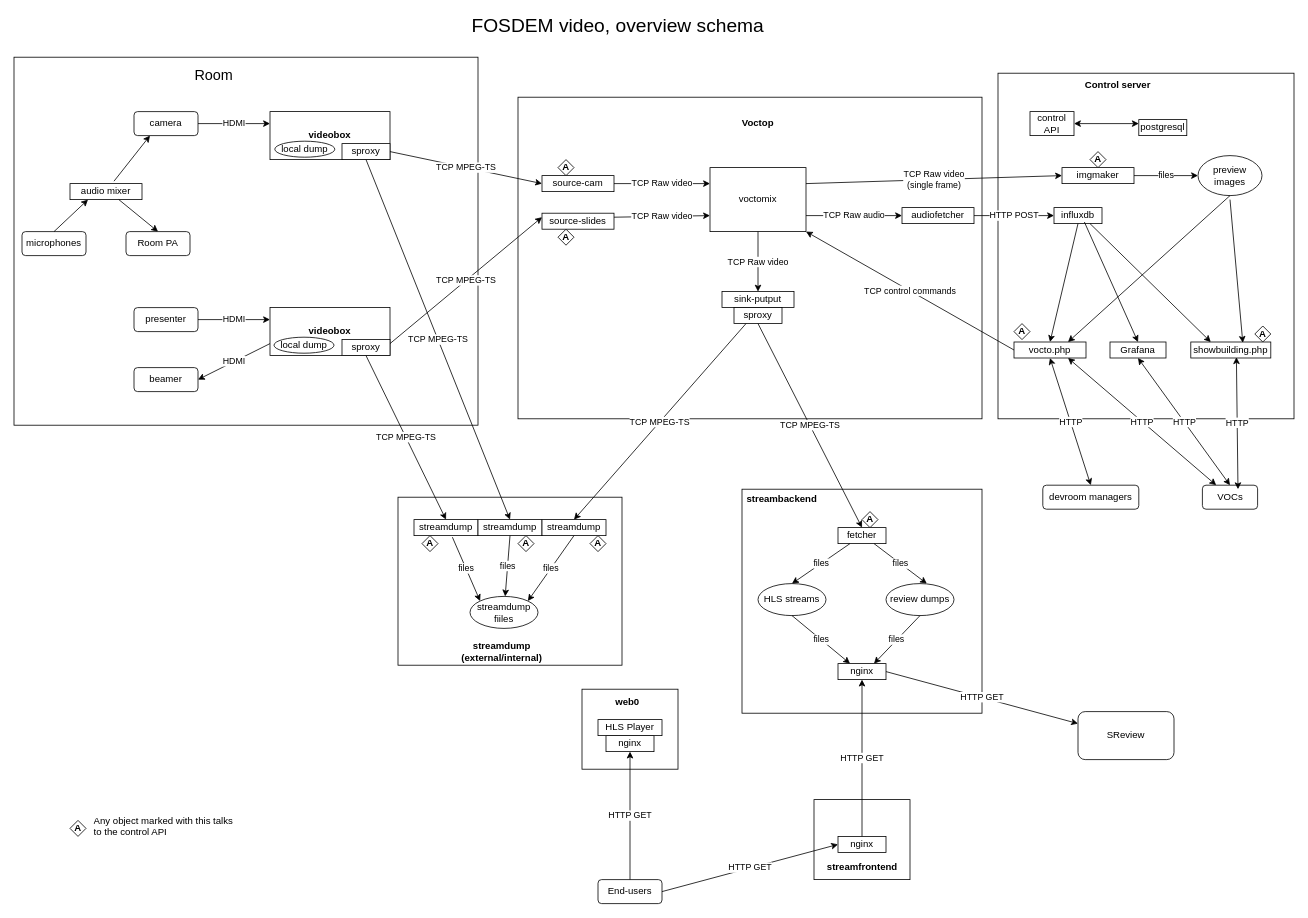
zeridon/video keeps this draw.io diagram as page "general" (1 of 3) of graph/overview.drawio. Above is the earlier version. Source tidied: cells renumbered, new cells numbered last; positions are measured from the earlier drawing's top-left corner, leaving out a move shared by most shapes. Both pictures are drawn from the tidied source at 80%, with x=0, y=0 at pixel (14, 14).
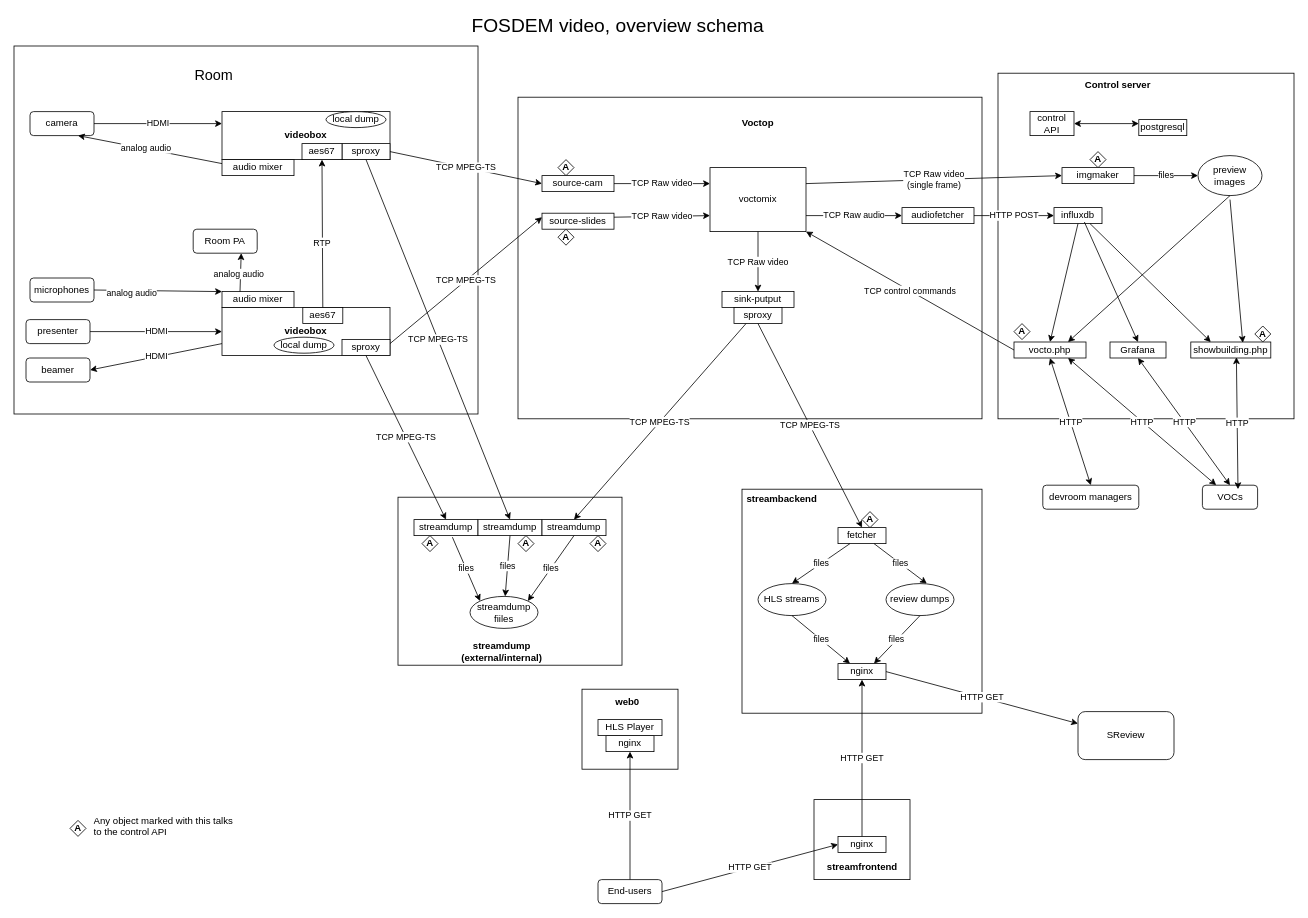
The same diagram, later.

Commit message (it also covers changes not shown here):
graphs: add more detailed overview

The edit, as a diff of the source:
```diff
@@
     <mxCell id="2" style="rounded=0;whiteSpace=wrap;html=1;" parent="1" vertex="1">
-      <mxGeometry y="54" width="580" height="460" as="geometry" />
+      <mxGeometry y="40" width="580" height="460" as="geometry" />
     </mxCell>
@@
     <mxCell id="9" value="camera" style="rounded=1;whiteSpace=wrap;html=1;" parent="1" vertex="1">
-      <mxGeometry x="150" y="122" width="80" height="30" as="geometry" />
+      <mxGeometry x="20" y="122" width="80" height="30" as="geometry" />
     </mxCell>
     <mxCell id="10" value="&lt;b&gt;videobox&lt;br&gt;&lt;/b&gt;" style="rounded=0;whiteSpace=wrap;html=1;" parent="1" vertex="1">
-      <mxGeometry x="320" y="122" width="150" height="60" as="geometry" />
+      <mxGeometry x="260" y="122" width="210" height="60" as="geometry" />
     </mxCell>
@@
     <mxCell id="12" value="audio mixer" style="rounded=0;whiteSpace=wrap;html=1;" parent="1" vertex="1">
-      <mxGeometry x="70" y="212" width="90" height="20" as="geometry" />
+      <mxGeometry x="260" y="347" width="90" height="20" as="geometry" />
     </mxCell>
     <mxCell id="13" value="Room PA" style="rounded=1;whiteSpace=wrap;html=1;" parent="1" vertex="1">
-      <mxGeometry x="140" y="272" width="80" height="30" as="geometry" />
+      <mxGeometry x="224" y="269" width="80" height="30" as="geometry" />
     </mxCell>
     <mxCell id="14" value="microphones" style="rounded=1;whiteSpace=wrap;html=1;" parent="1" vertex="1">
-      <mxGeometry x="10" y="272" width="80" height="30" as="geometry" />
+      <mxGeometry x="20" y="330" width="80" height="30" as="geometry" />
     </mxCell>
-    <mxCell id="15" style="endArrow=classic;html=1;rounded=0;entryX=0.25;entryY=1;entryDx=0;entryDy=0;exitX=0.5;exitY=0;exitDx=0;exitDy=0;" parent="1" edge="1" source="14" target="12">
+    <mxCell id="15" style="endArrow=classic;html=1;rounded=0;entryX=0;entryY=0;entryDx=0;entryDy=0;exitX=1;exitY=0.5;exitDx=0;exitDy=0;" parent="1" edge="1" source="14" target="12">
       <mxGeometry relative="1" as="geometry" />
     </mxCell>
+    <mxCell id="110" value="analog audio" style="edgeLabel;html=1;align=center;verticalAlign=middle;" parent="15" vertex="1">
+      <mxGeometry x="-0.41" y="-3" relative="1" as="geometry" />
+    </mxCell>
-    <mxCell id="16" style="endArrow=classic;html=1;rounded=0;entryX=0.5;entryY=0;entryDx=0;entryDy=0;exitX=0.678;exitY=1;exitDx=0;exitDy=0;exitPerimeter=0;" parent="1" edge="1" source="12" target="13">
+    <mxCell id="16" style="endArrow=classic;html=1;rounded=0;exitX=0.25;exitY=0;exitDx=0;exitDy=0;entryX=0.75;entryY=1;entryDx=0;entryDy=0;" parent="1" edge="1" source="12" target="13">
       <mxGeometry relative="1" as="geometry" />
     </mxCell>
-    <mxCell id="17" style="endArrow=classic;html=1;rounded=0;entryX=0.25;entryY=1;entryDx=0;entryDy=0;exitX=0.611;exitY=-0.15;exitDx=0;exitDy=0;exitPerimeter=0;" parent="1" edge="1" source="12" target="9">
-      <mxGeometry relative="1" as="geometry" />
-    </mxCell>
+    <mxCell id="111" value="analog audio" style="edgeLabel;html=1;align=center;verticalAlign=middle;" parent="16" vertex="1">
+      <mxGeometry x="-0.09" y="3" relative="1" as="geometry" />
+    </mxCell>
@@
     <mxCell id="23" value="presenter" style="rounded=1;whiteSpace=wrap;html=1;" parent="1" vertex="1">
-      <mxGeometry x="150" y="367" width="80" height="30" as="geometry" />
+      <mxGeometry x="15" y="382" width="80" height="30" as="geometry" />
     </mxCell>
     <mxCell id="24" value="&lt;b&gt;videobox&lt;br&gt;&lt;/b&gt;" style="rounded=0;whiteSpace=wrap;html=1;" parent="1" vertex="1">
-      <mxGeometry x="320" y="367" width="150" height="60" as="geometry" />
+      <mxGeometry x="260" y="367" width="210" height="60" as="geometry" />
     </mxCell>
-    <mxCell id="25" value="HDMI&lt;br&gt;" style="endArrow=classic;html=1;rounded=0;entryX=0;entryY=0.25;entryDx=0;entryDy=0;" parent="1" edge="1" source="23" target="24">
+    <mxCell id="25" value="HDMI&lt;br&gt;" style="endArrow=classic;html=1;rounded=0;entryX=0;entryY=0.5;entryDx=0;entryDy=0;" parent="1" edge="1" source="23" target="24">
       <mxGeometry relative="1" as="geometry" />
     </mxCell>
@@
     <mxCell id="27" value="beamer" style="rounded=1;whiteSpace=wrap;html=1;" parent="1" vertex="1">
-      <mxGeometry x="150" y="442" width="80" height="30" as="geometry" />
+      <mxGeometry x="15" y="430" width="80" height="30" as="geometry" />
     </mxCell>
@@
     <mxCell id="72" value="local dump" style="ellipse;whiteSpace=wrap;html=1;" parent="1" vertex="1">
-      <mxGeometry x="326" y="159" width="75" height="20" as="geometry" />
+      <mxGeometry x="390" y="122" width="75" height="20" as="geometry" />
     </mxCell>
@@
+    <mxCell id="112" value="audio mixer" style="rounded=0;whiteSpace=wrap;html=1;" parent="1" vertex="1">
+      <mxGeometry x="260" y="182" width="90" height="20" as="geometry" />
+    </mxCell>
+    <mxCell id="113" style="endArrow=classic;html=1;rounded=0;exitX=0;exitY=0.25;exitDx=0;exitDy=0;entryX=0.75;entryY=1;entryDx=0;entryDy=0;" parent="1" edge="1" source="112" target="9">
+      <mxGeometry relative="1" as="geometry" />
+    </mxCell>
+    <mxCell id="114" value="analog audio" style="edgeLabel;html=1;align=center;verticalAlign=middle;" parent="113" vertex="1">
+      <mxGeometry x="0.06" y="-1" relative="1" as="geometry" />
+    </mxCell>
+    <mxCell id="115" value="aes67" style="rounded=0;whiteSpace=wrap;html=1;" parent="1" vertex="1">
+      <mxGeometry x="360" y="162" width="50" height="20" as="geometry" />
+    </mxCell>
+    <mxCell id="116" value="aes67" style="rounded=0;whiteSpace=wrap;html=1;" parent="1" vertex="1">
+      <mxGeometry x="361" y="367" width="50" height="20" as="geometry" />
+    </mxCell>
+    <mxCell id="117" style="endArrow=classic;html=1;rounded=0;exitX=0.5;exitY=0;exitDx=0;exitDy=0;entryX=0.5;entryY=1;entryDx=0;entryDy=0;" parent="1" edge="1" source="116" target="115">
+      <mxGeometry relative="1" as="geometry" />
+    </mxCell>
+    <mxCell id="118" value="RTP" style="edgeLabel;html=1;align=center;verticalAlign=middle;" parent="117" vertex="1">
+      <mxGeometry x="-0.11" y="1" relative="1" as="geometry" />
+    </mxCell>
```
